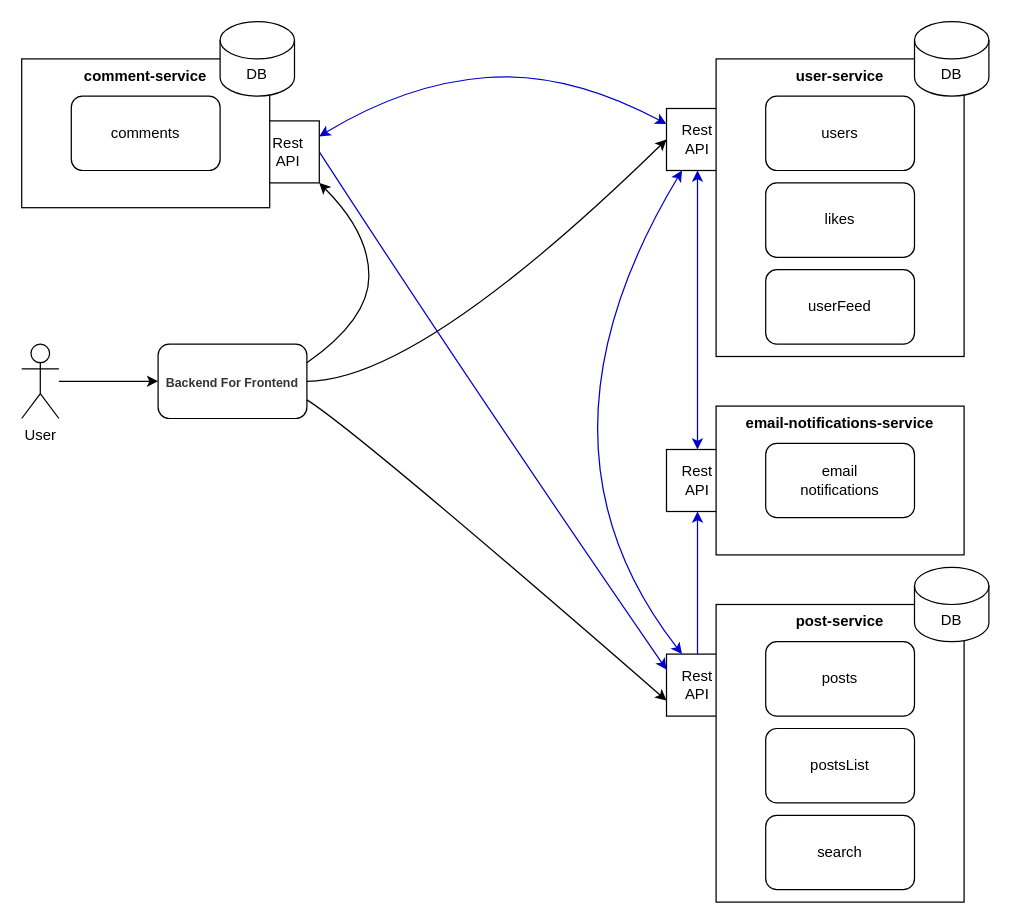
The draw.io diagram specification.drawio in faderd/readme-back, before the edit. Source tidied: cells renumbered, new cells numbered last; positions are measured from the earlier drawing's top-left corner, leaving out a move shared by most shapes. Both pictures are drawn from the tidied source at 124%, with x=0, y=0 at pixel (21, 21).
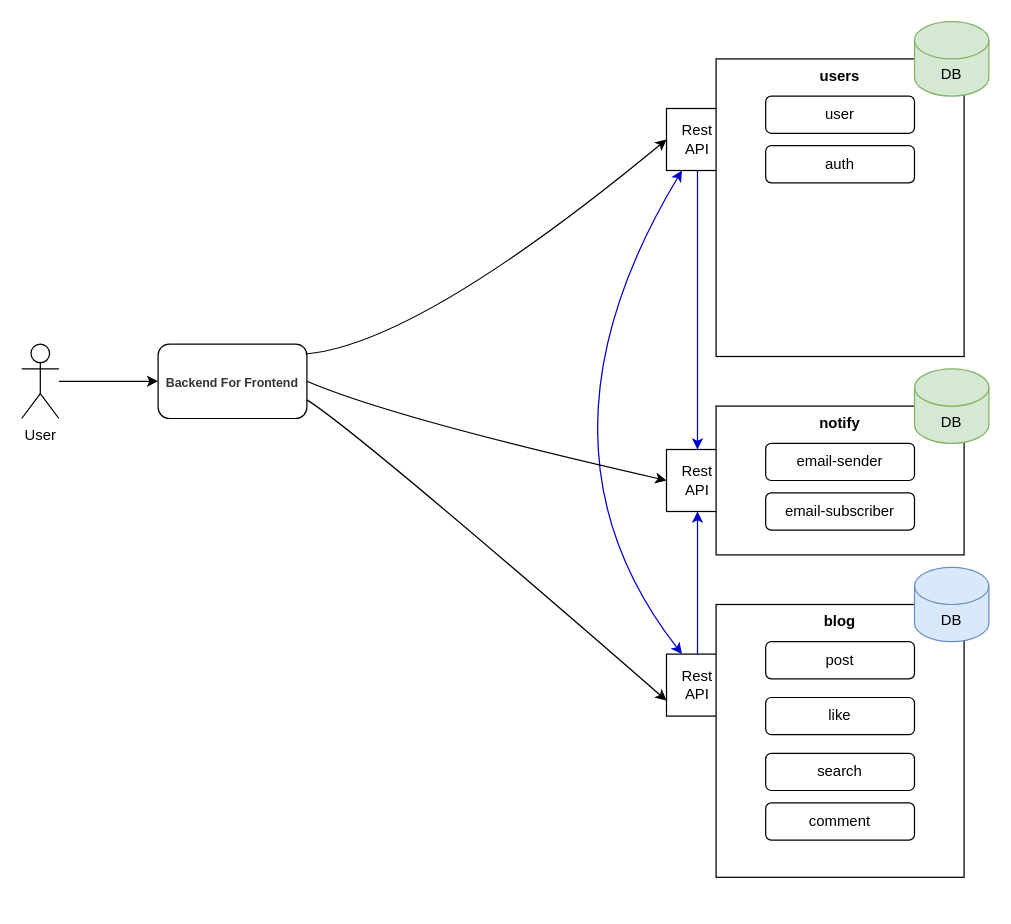
Above is the later version.

The change refers to these unchanged cells:
```xml
<mxCell id="2" value="Rest&lt;br&gt;API" style="whiteSpace=wrap;html=1;" parent="1" vertex="1">
  <mxGeometry x="520" y="345" width="50" height="50" as="geometry" />
</mxCell>
<mxCell id="5" value="Rest&lt;br&gt;API" style="whiteSpace=wrap;html=1;" parent="1" vertex="1">
  <mxGeometry x="520" y="510" width="50" height="50" as="geometry" />
</mxCell>
<mxCell id="8" value="Rest&lt;br&gt;API" style="whiteSpace=wrap;html=1;" parent="1" vertex="1">
  <mxGeometry x="520" y="70" width="50" height="50" as="geometry" />
</mxCell>
<mxCell id="11" value="&lt;h3 style=&quot;box-sizing: inherit; text-rendering: optimizelegibility; -webkit-font-smoothing: antialiased; font-family: &amp;quot;TT Norms Pro&amp;quot;, Arial, sans-serif; color: rgb(51, 51, 51); margin: 15px 0px; line-height: 30px; padding: 0px; border-bottom: none; align-self: flex-start; text-align: left; background-color: rgb(255, 255, 255); font-variant-ligatures: none;&quot; id=&quot;9.-backend-for-frontend&quot;&gt;&lt;font style=&quot;font-size: 10px;&quot;&gt;Backend For Frontend&lt;/font&gt;&lt;/h3&gt;" style="rounded=1;whiteSpace=wrap;html=1;" parent="1" vertex="1">
  <mxGeometry x="110" y="260" width="120" height="60" as="geometry" />
</mxCell>
```

What changed in the source:
```diff
@@
-    <mxCell id="3" value="email-notifications-service" style="rounded=0;whiteSpace=wrap;html=1;fontSize=12;verticalAlign=top;fontStyle=1;" parent="1" vertex="1">
+    <mxCell id="3" value="notify" style="rounded=0;whiteSpace=wrap;html=1;fontSize=12;verticalAlign=top;fontStyle=1;" parent="1" vertex="1">
       <mxGeometry x="560" y="310" width="200" height="120" as="geometry" />
     </mxCell>
-    <mxCell id="4" value="Rest&lt;br&gt;API" style="whiteSpace=wrap;html=1;" parent="1" vertex="1">
-      <mxGeometry x="190" y="80" width="50" height="50" as="geometry" />
-    </mxCell>
@@
-    <mxCell id="6" value="comment-service" style="rounded=0;whiteSpace=wrap;html=1;fontSize=12;verticalAlign=top;fontStyle=1;" parent="1" vertex="1">
-      <mxGeometry y="30" width="200" height="120" as="geometry" />
-    </mxCell>
-    <mxCell id="7" value="post-service" style="rounded=0;whiteSpace=wrap;html=1;fontSize=12;verticalAlign=top;fontStyle=1;" parent="1" vertex="1">
-      <mxGeometry x="560" y="470" width="200" height="240" as="geometry" />
+    <mxCell id="7" value="blog" style="rounded=0;whiteSpace=wrap;html=1;fontSize=12;verticalAlign=top;fontStyle=1;" parent="1" vertex="1">
+      <mxGeometry x="560" y="470" width="200" height="220" as="geometry" />
     </mxCell>
@@
-    <mxCell id="9" value="user-service" style="rounded=0;whiteSpace=wrap;html=1;fontSize=12;verticalAlign=top;fontStyle=1;" parent="1" vertex="1">
+    <mxCell id="9" value="users" style="rounded=0;whiteSpace=wrap;html=1;fontSize=12;verticalAlign=top;fontStyle=1;" parent="1" vertex="1">
       <mxGeometry x="560" y="30" width="200" height="240" as="geometry" />
     </mxCell>
@@
-    <mxCell id="13" value="email&lt;br&gt;notifications" style="rounded=1;whiteSpace=wrap;html=1;" parent="1" vertex="1">
-      <mxGeometry x="600" y="340" width="120" height="60" as="geometry" />
+    <mxCell id="13" value="email-sender" style="rounded=1;whiteSpace=wrap;html=1;" parent="1" vertex="1">
+      <mxGeometry x="600" y="340" width="120" height="30" as="geometry" />
     </mxCell>
-    <mxCell id="14" value="postsList" style="rounded=1;whiteSpace=wrap;html=1;" parent="1" vertex="1">
-      <mxGeometry x="600" y="570" width="120" height="60" as="geometry" />
+    <mxCell id="14" value="like" style="rounded=1;whiteSpace=wrap;html=1;" parent="1" vertex="1">
+      <mxGeometry x="600" y="545" width="120" height="30" as="geometry" />
     </mxCell>
-    <mxCell id="15" value="userFeed" style="rounded=1;whiteSpace=wrap;html=1;" parent="1" vertex="1">
-      <mxGeometry x="600" y="200" width="120" height="60" as="geometry" />
-    </mxCell>
-    <mxCell id="16" value="likes" style="rounded=1;whiteSpace=wrap;html=1;" parent="1" vertex="1">
-      <mxGeometry x="600" y="130" width="120" height="60" as="geometry" />
+    <mxCell id="16" value="auth" style="rounded=1;whiteSpace=wrap;html=1;" parent="1" vertex="1">
+      <mxGeometry x="600" y="100" width="120" height="30" as="geometry" />
     </mxCell>
     <mxCell id="17" value="search" style="rounded=1;whiteSpace=wrap;html=1;" parent="1" vertex="1">
-      <mxGeometry x="600" y="640" width="120" height="60" as="geometry" />
+      <mxGeometry x="600" y="590" width="120" height="30" as="geometry" />
     </mxCell>
-    <mxCell id="18" value="users" style="rounded=1;whiteSpace=wrap;html=1;" parent="1" vertex="1">
-      <mxGeometry x="600" y="60" width="120" height="60" as="geometry" />
+    <mxCell id="18" value="user" style="rounded=1;whiteSpace=wrap;html=1;" parent="1" vertex="1">
+      <mxGeometry x="600" y="60" width="120" height="30" as="geometry" />
     </mxCell>
-    <mxCell id="19" value="DB" style="shape=cylinder3;whiteSpace=wrap;html=1;boundedLbl=1;backgroundOutline=1;size=15;" parent="1" vertex="1">
+    <mxCell id="19" value="DB" style="shape=cylinder3;whiteSpace=wrap;html=1;boundedLbl=1;backgroundOutline=1;size=15;fillColor=#d5e8d4;strokeColor=#82b366;" parent="1" vertex="1">
       <mxGeometry x="720" width="60" height="60" as="geometry" />
     </mxCell>
-    <mxCell id="20" value="posts" style="rounded=1;whiteSpace=wrap;html=1;" parent="1" vertex="1">
-      <mxGeometry x="600" y="500" width="120" height="60" as="geometry" />
+    <mxCell id="20" value="post" style="rounded=1;whiteSpace=wrap;html=1;" parent="1" vertex="1">
+      <mxGeometry x="600" y="500" width="120" height="30" as="geometry" />
     </mxCell>
-    <mxCell id="21" value="DB" style="shape=cylinder3;whiteSpace=wrap;html=1;boundedLbl=1;backgroundOutline=1;size=15;" parent="1" vertex="1">
+    <mxCell id="21" value="DB" style="shape=cylinder3;whiteSpace=wrap;html=1;boundedLbl=1;backgroundOutline=1;size=15;fillColor=#dae8fc;strokeColor=#6c8ebf;" parent="1" vertex="1">
       <mxGeometry x="720" y="440" width="60" height="60" as="geometry" />
     </mxCell>
-    <mxCell id="22" value="comments" style="rounded=1;whiteSpace=wrap;html=1;" parent="1" vertex="1">
-      <mxGeometry x="40" y="60" width="120" height="60" as="geometry" />
+    <mxCell id="22" value="comment" style="rounded=1;whiteSpace=wrap;html=1;" parent="1" vertex="1">
+      <mxGeometry x="600" y="630" width="120" height="30" as="geometry" />
     </mxCell>
-    <mxCell id="23" value="DB" style="shape=cylinder3;whiteSpace=wrap;html=1;boundedLbl=1;backgroundOutline=1;size=15;" parent="1" vertex="1">
-      <mxGeometry x="160" width="60" height="60" as="geometry" />
-    </mxCell>
-    <mxCell id="24" style="curved=1;endArrow=classic;html=1;rounded=0;fontSize=12;exitX=1;exitY=0.25;exitDx=0;exitDy=0;entryX=1;entryY=1;entryDx=0;entryDy=0;" parent="1" edge="1" source="11" target="4">
-      <mxGeometry relative="1" as="geometry">
-        <Array as="points">
-          <mxPoint x="280" y="240" />
-          <mxPoint x="280" y="170" />
-        </Array>
-      </mxGeometry>
-    </mxCell>
-    <mxCell id="25" style="curved=1;endArrow=classic;html=1;rounded=0;fontSize=12;entryX=0;entryY=0.5;entryDx=0;entryDy=0;exitX=1;exitY=0.5;exitDx=0;exitDy=0;" parent="1" edge="1" source="11" target="8">
+    <mxCell id="25" style="curved=1;endArrow=classic;html=1;rounded=0;fontSize=12;entryX=0;entryY=0.5;entryDx=0;entryDy=0;exitX=0.992;exitY=0.133;exitDx=0;exitDy=0;exitPerimeter=0;" parent="1" edge="1" source="11" target="8">
       <mxGeometry relative="1" as="geometry">
         <Array as="points">
-          <mxPoint x="320" y="290" />
+          <mxPoint x="320" y="260" />
         </Array>
       </mxGeometry>
     </mxCell>
@@
-    <mxCell id="27" style="curved=1;endArrow=classic;html=1;rounded=0;fontSize=12;strokeColor=#0000CC;exitX=1;exitY=0.25;exitDx=0;exitDy=0;entryX=0;entryY=0.25;entryDx=0;entryDy=0;startArrow=classic;startFill=1;" parent="1" edge="1" source="4" target="8">
-      <mxGeometry relative="1" as="geometry">
-        <Array as="points">
-          <mxPoint x="310" y="50" />
-          <mxPoint x="440" y="40" />
-        </Array>
-      </mxGeometry>
-    </mxCell>
-    <mxCell id="28" style="curved=1;endArrow=classic;html=1;rounded=0;fontSize=12;strokeColor=#0000CC;exitX=1;exitY=0.5;exitDx=0;exitDy=0;entryX=0;entryY=0.25;entryDx=0;entryDy=0;" parent="1" edge="1" source="4" target="5">
-      <mxGeometry relative="1" as="geometry">
-        <Array as="points">
-          <mxPoint x="360" y="290" />
-        </Array>
-      </mxGeometry>
-    </mxCell>
-    <mxCell id="29" style="endArrow=classic;startArrow=classic;html=1;rounded=0;strokeColor=#0000CC;fontSize=12;exitX=0.5;exitY=0;exitDx=0;exitDy=0;entryX=0.5;entryY=1;entryDx=0;entryDy=0;" parent="1" edge="1" source="2" target="8">
+    <mxCell id="29" style="endArrow=none;startArrow=classic;html=1;rounded=0;strokeColor=#0000CC;fontSize=12;exitX=0.5;exitY=0;exitDx=0;exitDy=0;entryX=0.5;entryY=1;entryDx=0;entryDy=0;startFill=1;endFill=0;" parent="1" edge="1" source="2" target="8">
       <mxGeometry relative="1" as="geometry" />
     </mxCell>
@@
+    <mxCell id="23" value="DB" style="shape=cylinder3;whiteSpace=wrap;html=1;boundedLbl=1;backgroundOutline=1;size=15;fillColor=#d5e8d4;strokeColor=#82b366;" parent="1" vertex="1">
+      <mxGeometry x="720" y="280" width="60" height="60" as="geometry" />
+    </mxCell>
+    <mxCell id="32" style="curved=1;endArrow=classic;html=1;rounded=0;fontSize=12;entryX=0;entryY=0.5;entryDx=0;entryDy=0;exitX=1;exitY=0.5;exitDx=0;exitDy=0;" parent="1" edge="1" source="11" target="2">
+      <mxGeometry relative="1" as="geometry">
+        <Array as="points">
+          <mxPoint x="300" y="320" />
+        </Array>
+      </mxGeometry>
+    </mxCell>
+    <mxCell id="33" value="email-subscriber" style="rounded=1;whiteSpace=wrap;html=1;" parent="1" vertex="1">
+      <mxGeometry x="600" y="380" width="120" height="30" as="geometry" />
+    </mxCell>
```
